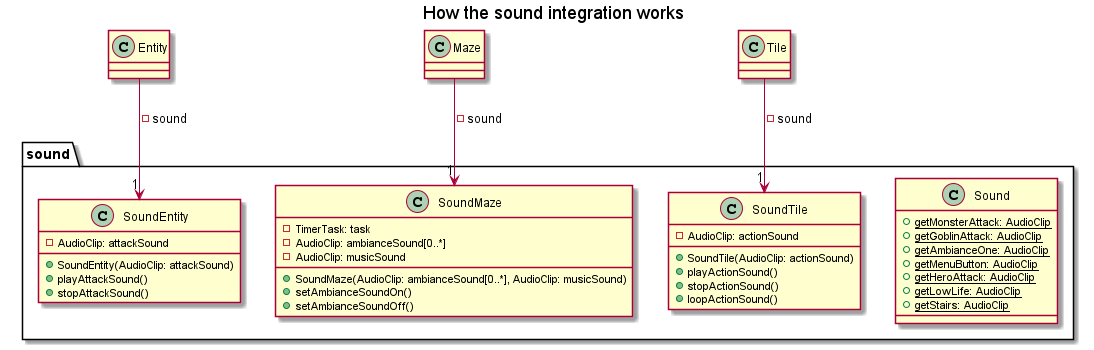
Above: doc/4_sprint/diagrams/class/sound.png in Reynault/ACL_2019_Zelpop (PlantUML), before the change.
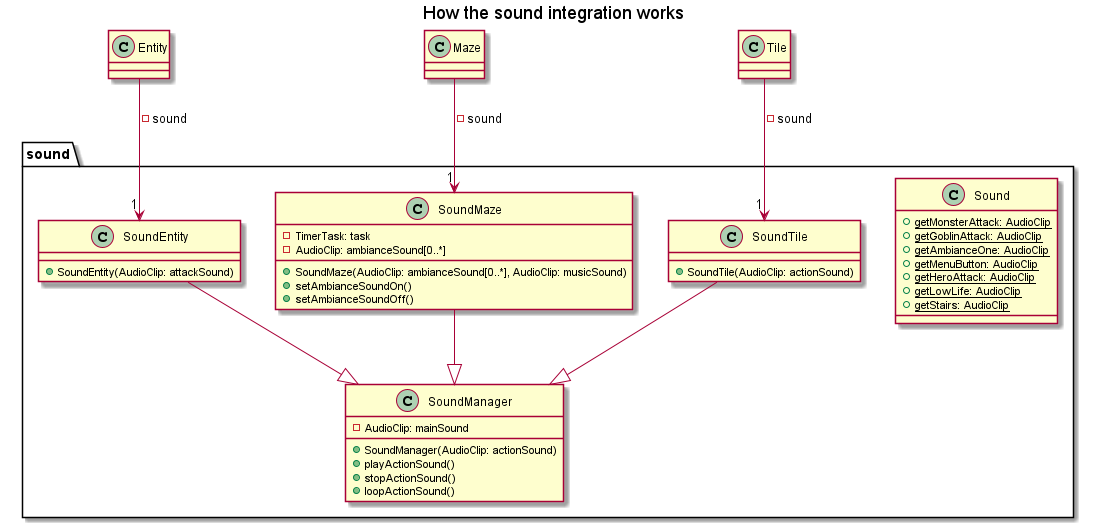
After the commit.

Commit message:
Third sprint: modifying sound conception

The edit, as a diff of the source:
```diff
@@ -15,31 +15,30 @@
     }
 
     class SoundEntity{
-        - AudioClip: attackSound
-
         + SoundEntity(AudioClip: attackSound)
-        + playAttackSound()
-        + stopAttackSound()
     }
 
 
     class SoundTile{
-        - AudioClip: actionSound
-
         + SoundTile(AudioClip: actionSound)
-        + playActionSound()
-        + stopActionSound()
-        + loopActionSound()
     }
 
     class SoundMaze{
         - TimerTask: task
         - AudioClip: ambianceSound[0..*]
-        - AudioClip: musicSound
 
         + SoundMaze(AudioClip: ambianceSound[0..*], AudioClip: musicSound)
         + setAmbianceSoundOn()
         + setAmbianceSoundOff()
+    }
+
+    class SoundManager{
+        - AudioClip: mainSound
+
+        + SoundManager(AudioClip: actionSound)
+        + playActionSound()
+        + stopActionSound()
+        + loopActionSound()
     }
 }
 
@@ -60,4 +59,8 @@
 Tile --> "1" SoundTile: -sound
 Maze --> "1" SoundMaze: -sound
 
+SoundEntity --|> SoundManager
+SoundMaze --|> SoundManager
+SoundTile --|> SoundManager
+
 @enduml
```
